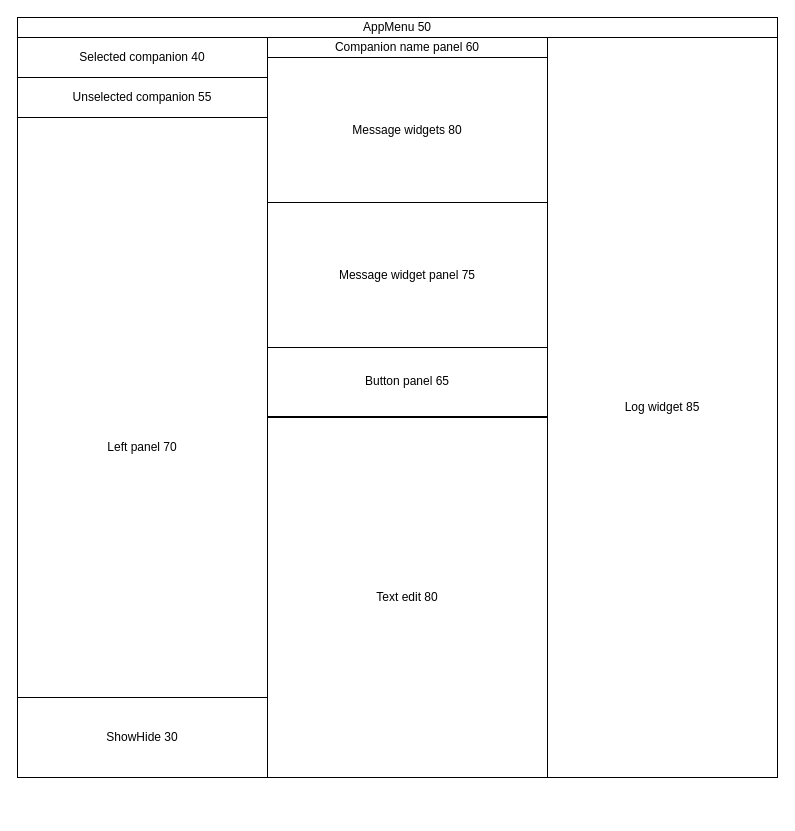
Above: design/design.drawio in kawnur/chatprj (draw.io), before the change. Source tidied: cells renumbered, new cells numbered last; positions are measured from the earlier drawing's top-left corner, leaving out a move shared by most shapes. Both pictures are drawn from the tidied source at 100%, with x=0, y=0 at pixel (17, 17).
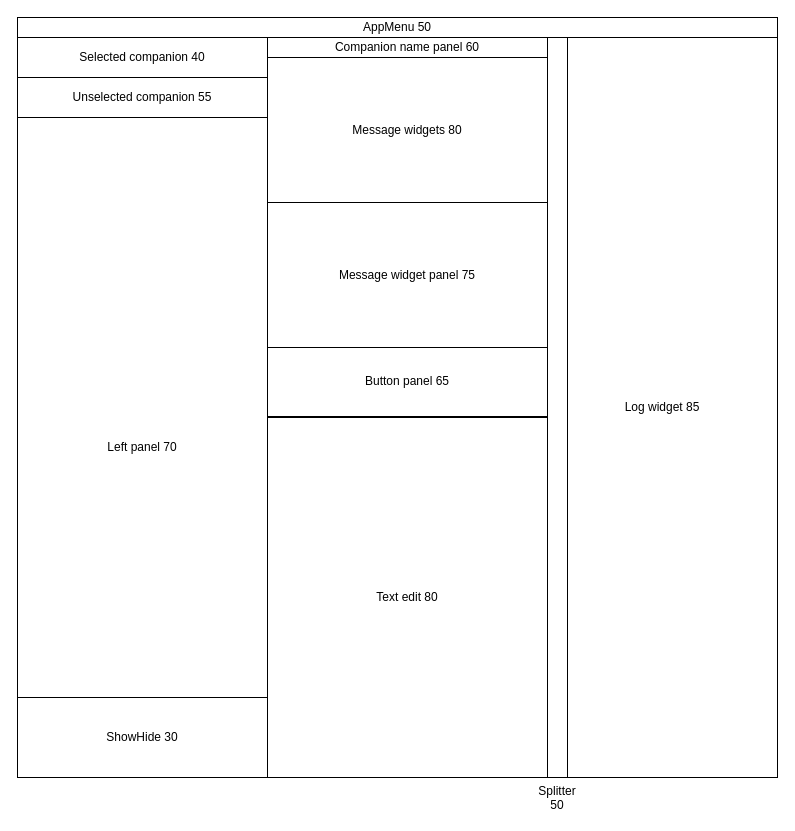
Above is the later version.

The edit, as a diff of the source:
```diff
@@
 <mxGraphModel>
   <root>
     <mxCell id="0" />
     <mxCell id="1" parent="0" />
     <mxCell id="2" style="rounded=0;whiteSpace=wrap;html=1;" parent="1" vertex="1">
       <mxGeometry width="760" height="760" as="geometry" />
     </mxCell>
     <mxCell id="3" value="AppMenu 50" style="rounded=0;whiteSpace=wrap;html=1;" parent="1" vertex="1">
       <mxGeometry width="760" height="20" as="geometry" />
     </mxCell>
     <mxCell id="4" style="rounded=0;whiteSpace=wrap;html=1;" parent="1" vertex="1">
       <mxGeometry y="20" width="250" height="740" as="geometry" />
     </mxCell>
     <mxCell id="5" value="Log widget 85" style="rounded=0;whiteSpace=wrap;html=1;" parent="1" vertex="1">
       <mxGeometry x="530" y="20" width="230" height="740" as="geometry" />
     </mxCell>
     <mxCell id="6" value="Selected companion 40" style="rounded=0;whiteSpace=wrap;html=1;" parent="1" vertex="1">
       <mxGeometry y="20" width="250" height="40" as="geometry" />
     </mxCell>
     <mxCell id="7" value="Unselected companion 55" style="rounded=0;whiteSpace=wrap;html=1;" parent="1" vertex="1">
       <mxGeometry y="60" width="250" height="40" as="geometry" />
     </mxCell>
     <mxCell id="8" value="Companion name panel 60" style="rounded=0;whiteSpace=wrap;html=1;" parent="1" vertex="1">
       <mxGeometry x="250" y="20" width="280" height="20" as="geometry" />
     </mxCell>
     <mxCell id="9" style="rounded=0;whiteSpace=wrap;html=1;" parent="1" vertex="1">
       <mxGeometry x="250" y="40" width="280" height="290" as="geometry" />
     </mxCell>
     <mxCell id="10" value="Message widgets 80" style="rounded=0;whiteSpace=wrap;html=1;" parent="1" vertex="1">
       <mxGeometry x="250" y="40" width="280" height="145" as="geometry" />
     </mxCell>
     <mxCell id="11" value="Button panel 65" style="rounded=0;whiteSpace=wrap;html=1;" parent="1" vertex="1">
       <mxGeometry x="250" y="329" width="280" height="70" as="geometry" />
     </mxCell>
     <mxCell id="12" value="Left panel 70" style="rounded=0;whiteSpace=wrap;html=1;" parent="1" vertex="1">
       <mxGeometry y="100" width="250" height="660" as="geometry" />
     </mxCell>
     <mxCell id="13" value="Message widget panel 75" style="rounded=0;whiteSpace=wrap;html=1;" parent="1" vertex="1">
       <mxGeometry x="250" y="185" width="280" height="145" as="geometry" />
     </mxCell>
     <mxCell id="14" value="Text edit 80" style="rounded=0;whiteSpace=wrap;html=1;" parent="1" vertex="1">
       <mxGeometry x="250" y="400" width="280" height="360" as="geometry" />
     </mxCell>
     <mxCell id="15" value="ShowHide 30" style="rounded=0;whiteSpace=wrap;html=1;" parent="1" vertex="1">
       <mxGeometry y="680" width="250" height="80" as="geometry" />
     </mxCell>
+    <mxCell id="16" value="Splitter 50" style="rounded=0;whiteSpace=wrap;html=1;labelPosition=center;verticalLabelPosition=bottom;align=center;verticalAlign=top;labelPerimeter=1;" parent="1" vertex="1">
+      <mxGeometry x="530" y="20" width="20" height="740" as="geometry" />
+    </mxCell>
   </root>
 </mxGraphModel>
```
